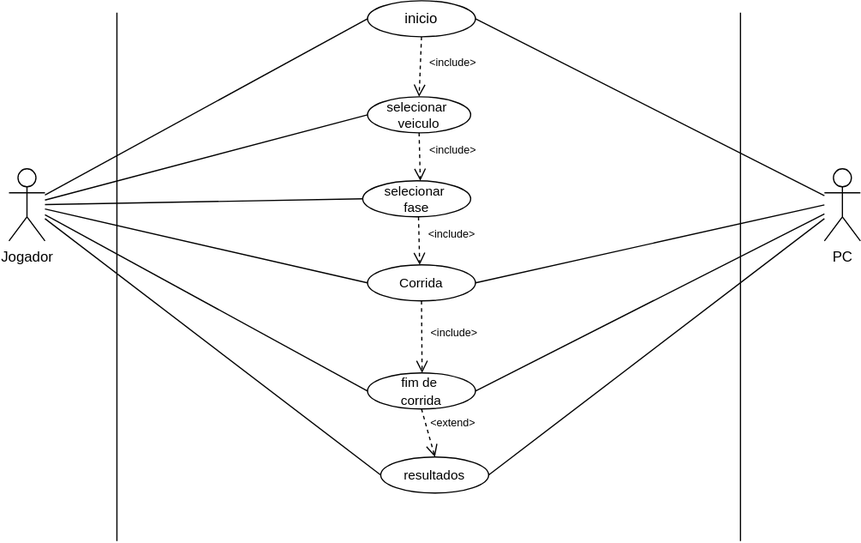
Above: diagrama caso de uso Enduro.drawio.svg in YosagiGames/CaosCruiser (draw.io), before the change. Source tidied: cells renumbered, new cells last; positions are measured from the earlier drawing's top-left corner, leaving out a move shared by most shapes.
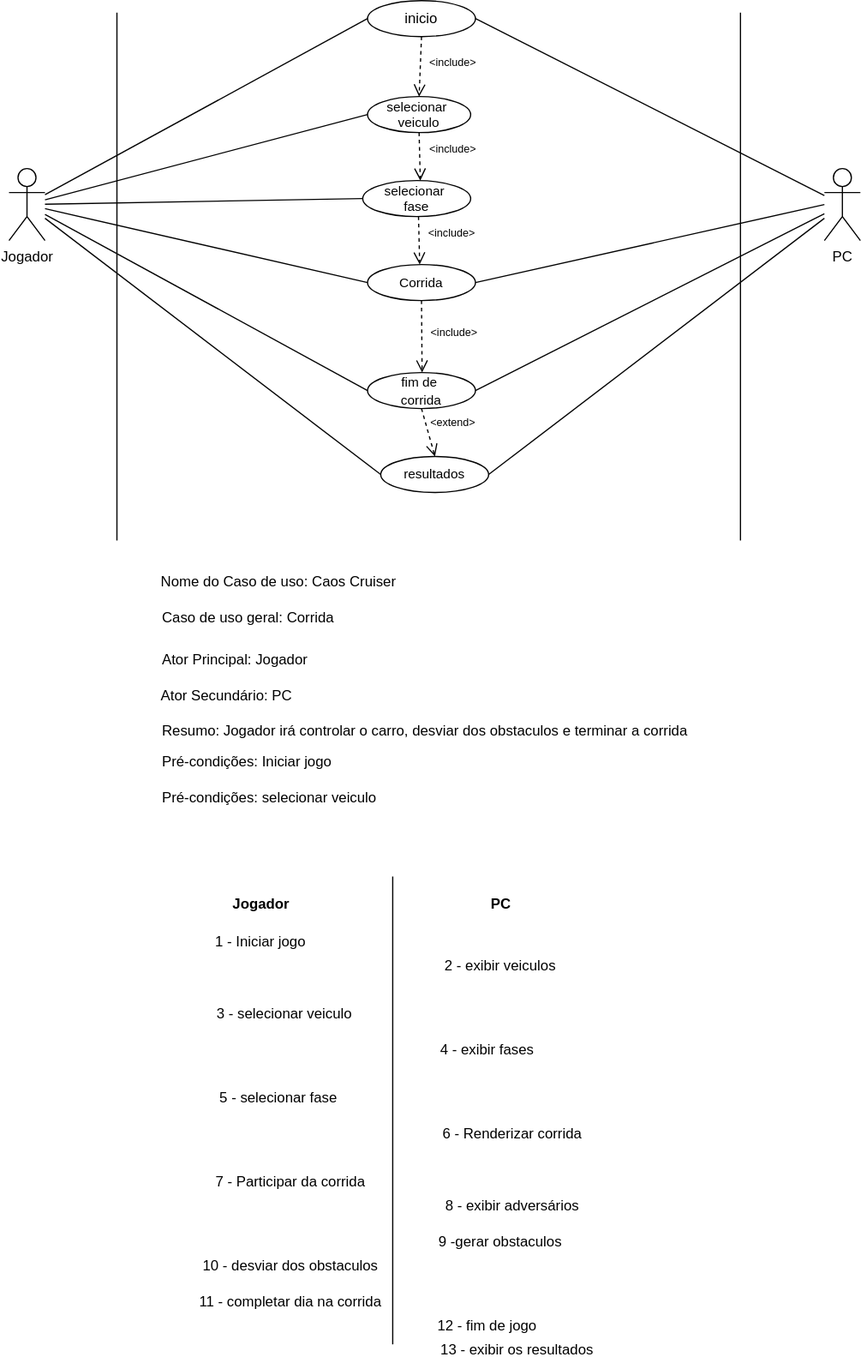
Later version of the same file.

Commit message:
adicionando requisitos

What changed in the source:
```diff
@@ -94,5 +94,80 @@
         <mxPoint x="355.2" y="380" as="targetPoint" />
       </mxGeometry>
     </mxCell>
+    <mxCell id="27" value="Jogador" style="text;align=center;fontStyle=1;verticalAlign=middle;spacingLeft=3;spacingRight=3;strokeColor=none;html=1;" parent="1" vertex="1">
+      <mxGeometry x="170" y="740" width="80" height="26" as="geometry" />
+    </mxCell>
+    <mxCell id="28" value="PC" style="text;align=center;fontStyle=1;verticalAlign=middle;spacingLeft=3;spacingRight=3;strokeColor=none;html=1;" parent="1" vertex="1">
+      <mxGeometry x="370" y="740" width="80" height="26" as="geometry" />
+    </mxCell>
+    <mxCell id="29" style="endArrow=none;html=1;rounded=0;" parent="1" edge="1">
+      <mxGeometry relative="1" as="geometry">
+        <mxPoint x="320" y="1120" as="sourcePoint" />
+        <mxPoint x="320" y="730" as="targetPoint" />
+      </mxGeometry>
+    </mxCell>
+    <mxCell id="30" value="Nome do Caso de uso: Caos Cruiser" style="text;html=1;align=left;verticalAlign=middle;whiteSpace=wrap;rounded=0;" parent="1" vertex="1">
+      <mxGeometry x="124.5" y="470" width="450" height="30" as="geometry" />
+    </mxCell>
+    <mxCell id="31" value="Caso de uso geral: Corrida" style="text;html=1;align=left;verticalAlign=middle;whiteSpace=wrap;rounded=0;" parent="1" vertex="1">
+      <mxGeometry x="125.5" y="500" width="450" height="30" as="geometry" />
+    </mxCell>
+    <mxCell id="32" value="Ator Principal: Jogador" style="text;html=1;align=left;verticalAlign=middle;whiteSpace=wrap;rounded=0;" parent="1" vertex="1">
+      <mxGeometry x="125.5" y="535" width="450" height="30" as="geometry" />
+    </mxCell>
+    <mxCell id="33" value="Ator Secundário: PC" style="text;html=1;align=left;verticalAlign=middle;whiteSpace=wrap;rounded=0;" parent="1" vertex="1">
+      <mxGeometry x="124.5" y="564.5" width="450" height="30" as="geometry" />
+    </mxCell>
+    <mxCell id="34" value="Resumo: Jogador irá controlar o carro, desviar dos obstaculos e terminar a corrida" style="text;html=1;align=left;verticalAlign=middle;whiteSpace=wrap;rounded=0;" parent="1" vertex="1">
+      <mxGeometry x="125.5" y="594" width="460" height="30" as="geometry" />
+    </mxCell>
+    <mxCell id="35" value="Pré-condições: Iniciar jogo" style="text;html=1;align=left;verticalAlign=middle;whiteSpace=wrap;rounded=0;" parent="1" vertex="1">
+      <mxGeometry x="125.5" y="620" width="460" height="30" as="geometry" />
+    </mxCell>
+    <mxCell id="36" value="Pré-condições: selecionar veiculo" style="text;html=1;align=left;verticalAlign=middle;whiteSpace=wrap;rounded=0;" parent="1" vertex="1">
+      <mxGeometry x="125.5" y="650" width="460" height="30" as="geometry" />
+    </mxCell>
+    <mxCell id="37" value="1 - Iniciar jogo" style="text;html=1;align=center;verticalAlign=middle;whiteSpace=wrap;rounded=0;" parent="1" vertex="1">
+      <mxGeometry x="145" y="770" width="130" height="30" as="geometry" />
+    </mxCell>
+    <mxCell id="38" value="2 - exibir veiculos" style="text;html=1;align=center;verticalAlign=middle;whiteSpace=wrap;rounded=0;" parent="1" vertex="1">
+      <mxGeometry x="345" y="790" width="130" height="30" as="geometry" />
+    </mxCell>
+    <mxCell id="39" value="3 - selecionar veiculo" style="text;html=1;align=center;verticalAlign=middle;whiteSpace=wrap;rounded=0;" parent="1" vertex="1">
+      <mxGeometry x="165" y="830" width="130" height="30" as="geometry" />
+    </mxCell>
+    <mxCell id="40" value="4 - exibir fases" style="text;html=1;align=center;verticalAlign=middle;whiteSpace=wrap;rounded=0;" parent="1" vertex="1">
+      <mxGeometry x="334" y="860" width="130" height="30" as="geometry" />
+    </mxCell>
+    <mxCell id="41" value="5 - selecionar fase" style="text;html=1;align=center;verticalAlign=middle;whiteSpace=wrap;rounded=0;" parent="1" vertex="1">
+      <mxGeometry x="160" y="900" width="130" height="30" as="geometry" />
+    </mxCell>
+    <mxCell id="42" value="6 - Renderizar corrida" style="text;html=1;align=center;verticalAlign=middle;whiteSpace=wrap;rounded=0;" parent="1" vertex="1">
+      <mxGeometry x="355" y="930" width="130" height="30" as="geometry" />
+    </mxCell>
+    <mxCell id="43" style="edgeStyle=orthogonalEdgeStyle;rounded=0;orthogonalLoop=1;jettySize=auto;html=1;exitX=0.5;exitY=1;exitDx=0;exitDy=0;" parent="1" edge="1" source="42" target="42">
+      <mxGeometry relative="1" as="geometry" />
+    </mxCell>
+    <mxCell id="44" value="7 - Participar da corrida" style="text;html=1;align=center;verticalAlign=middle;whiteSpace=wrap;rounded=0;" parent="1" vertex="1">
+      <mxGeometry x="170" y="970" width="130" height="30" as="geometry" />
+    </mxCell>
+    <mxCell id="45" value="8 - exibir adversários" style="text;html=1;align=center;verticalAlign=middle;whiteSpace=wrap;rounded=0;" parent="1" vertex="1">
+      <mxGeometry x="350" y="990" width="140" height="30" as="geometry" />
+    </mxCell>
+    <mxCell id="46" value="9 -gerar obstaculos" style="text;html=1;align=center;verticalAlign=middle;whiteSpace=wrap;rounded=0;" parent="1" vertex="1">
+      <mxGeometry x="345" y="1020" width="130" height="30" as="geometry" />
+    </mxCell>
+    <mxCell id="47" value="10 - desviar dos obstaculos" style="text;html=1;align=center;verticalAlign=middle;whiteSpace=wrap;rounded=0;" parent="1" vertex="1">
+      <mxGeometry x="145" y="1040" width="180" height="30" as="geometry" />
+    </mxCell>
+    <mxCell id="48" value="11 - completar dia na corrida" style="text;html=1;align=center;verticalAlign=middle;whiteSpace=wrap;rounded=0;" parent="1" vertex="1">
+      <mxGeometry x="145" y="1070" width="180" height="30" as="geometry" />
+    </mxCell>
+    <mxCell id="49" value="12 - fim de jogo" style="text;html=1;align=center;verticalAlign=middle;whiteSpace=wrap;rounded=0;" parent="1" vertex="1">
+      <mxGeometry x="309" y="1090" width="180" height="30" as="geometry" />
+    </mxCell>
+    <mxCell id="50" value="13 - exibir os resultados" style="text;html=1;align=center;verticalAlign=middle;whiteSpace=wrap;rounded=0;" parent="1" vertex="1">
+      <mxGeometry x="334" y="1110" width="180" height="30" as="geometry" />
+    </mxCell>
   </root>
 </mxGraphModel>
```
